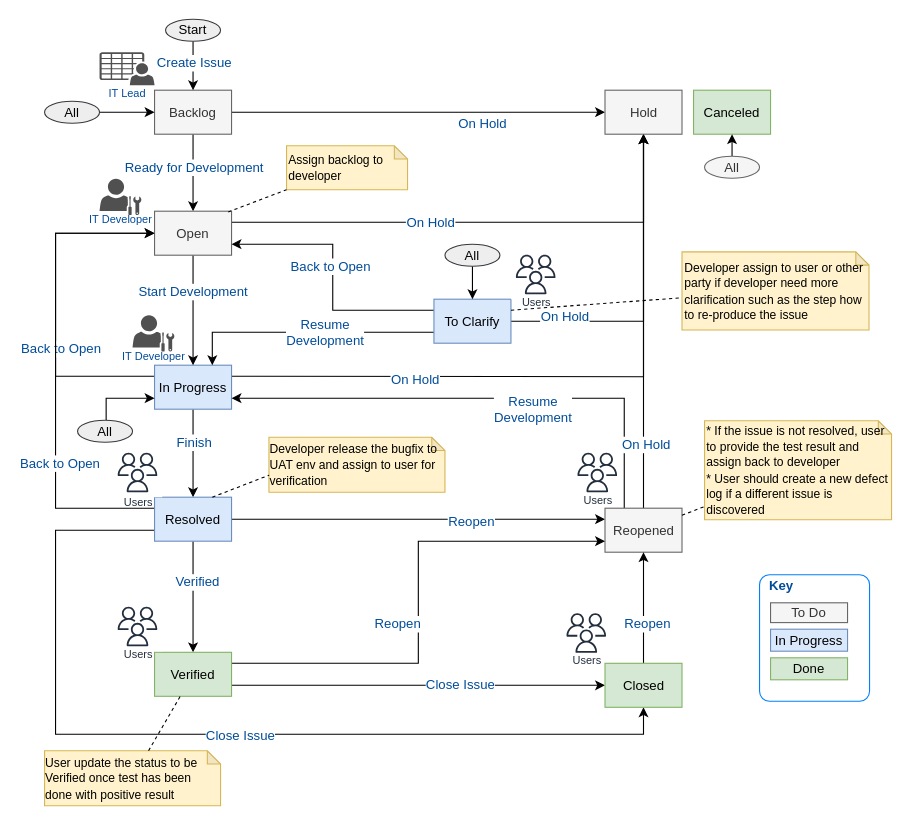
Above: page "Modified JIRA UAT Flow" (9 of 9) of Change Request Process.drawio in whalebig27/change-request-process-diagram (draw.io), before the change. Source tidied: cells renumbered, new cells numbered last; positions are measured from the earlier drawing's top-left corner, leaving out a move shared by most shapes. Both pictures are drawn from the tidied source at 110%, with x=0, y=0 at pixel (44, 19).
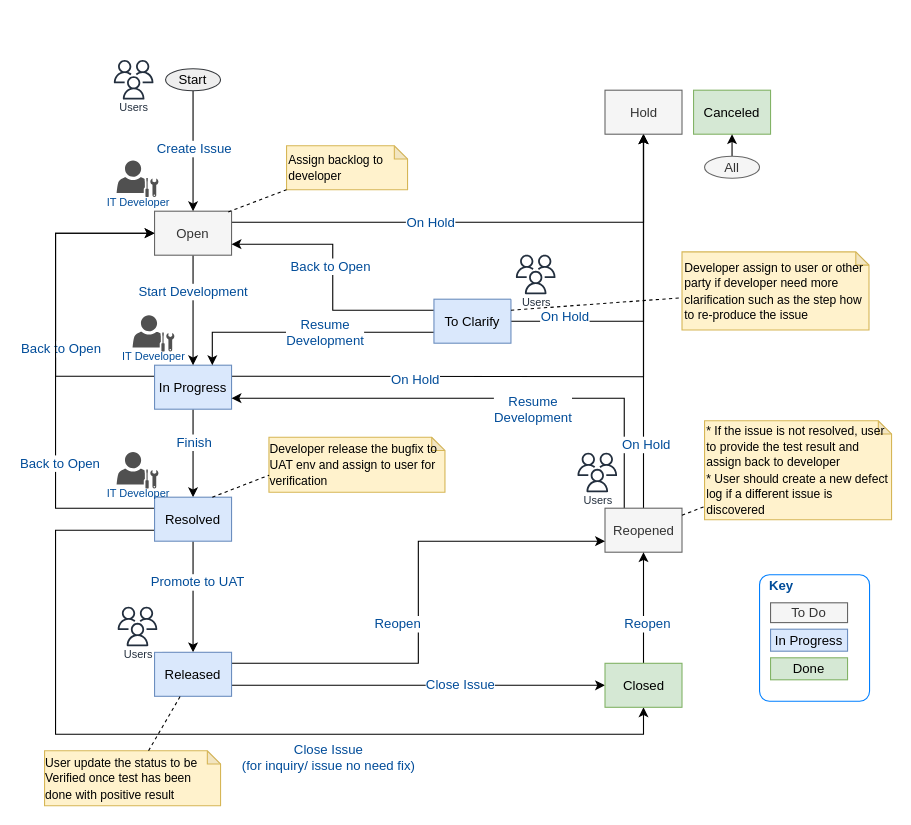
After the change.

Unchanged cells that the change refers to:
```xml
<mxCell id="14" value="In Progress" style="rounded=0;whiteSpace=wrap;html=1;strokeColor=#6c8ebf;fontSize=12;align=center;fillColor=#dae8fc;" parent="1" vertex="1">
  <mxGeometry x="100" y="314.5" width="70" height="40" as="geometry" />
</mxCell>
<mxCell id="19" value="Open" style="rounded=0;whiteSpace=wrap;html=1;strokeColor=#666666;fontSize=12;align=center;fontColor=#333333;fillColor=#f5f5f5;" parent="1" vertex="1">
  <mxGeometry x="100" y="174.5" width="70" height="40" as="geometry" />
</mxCell>
<mxCell id="24" style="edgeStyle=orthogonalEdgeStyle;rounded=0;jettySize=auto;html=1;entryX=0.5;entryY=0;entryDx=0;entryDy=0;fontSize=12;fontColor=#004C99;" parent="1" edge="1" source="28" target="40">
  <mxGeometry relative="1" as="geometry" />
</mxCell>
<mxCell id="26" style="edgeStyle=orthogonalEdgeStyle;rounded=0;jettySize=auto;html=1;exitX=0;exitY=0.75;exitDx=0;exitDy=0;fontSize=12;fontColor=#004C99;entryX=0.5;entryY=1;entryDx=0;entryDy=0;" parent="1" edge="1" source="28" target="43">
  <mxGeometry relative="1" as="geometry">
    <Array as="points">
      <mxPoint x="10" y="465" />
      <mxPoint x="10" y="650" />
      <mxPoint x="545" y="650" />
    </Array>
  </mxGeometry>
</mxCell>
<mxCell id="28" value="Resolved" style="rounded=0;whiteSpace=wrap;html=1;strokeColor=#6c8ebf;fontSize=12;align=center;fillColor=#dae8fc;" parent="1" vertex="1">
  <mxGeometry x="100" y="434.5" width="70" height="40" as="geometry" />
</mxCell>
<mxCell id="33" value="Reopened" style="rounded=0;whiteSpace=wrap;html=1;strokeColor=#666666;fontSize=12;align=center;fontColor=#333333;fillColor=#f5f5f5;" parent="1" vertex="1">
  <mxGeometry x="509.5" y="444.5" width="70" height="40" as="geometry" />
</mxCell>
<mxCell id="34" value="Hold" style="rounded=0;whiteSpace=wrap;html=1;strokeColor=#666666;fontSize=12;align=center;fontColor=#333333;fillColor=#f5f5f5;" parent="1" vertex="1">
  <mxGeometry x="509.5" y="64.5" width="70" height="40" as="geometry" />
</mxCell>
<mxCell id="50" value="To Clarify" style="rounded=0;whiteSpace=wrap;html=1;strokeColor=#6c8ebf;fontSize=12;align=center;fillColor=#dae8fc;" parent="1" vertex="1">
  <mxGeometry x="354" y="254.5" width="70" height="40" as="geometry" />
</mxCell>
```

What changed in the source:
```diff
@@
-    <mxCell id="3" style="edgeStyle=orthogonalEdgeStyle;rounded=0;jettySize=auto;html=1;fontSize=12;fontColor=#004C99;" parent="1" edge="1" source="7" target="19">
-      <mxGeometry relative="1" as="geometry" />
-    </mxCell>
-    <mxCell id="4" value="Ready for Development" style="text;html=1;align=center;verticalAlign=middle;labelBackgroundColor=#ffffff;fontSize=12;fontColor=#004C99;" parent="3" vertex="1">
-      <mxGeometry x="0.23" y="-5" relative="1" as="geometry">
-        <mxPoint x="5" y="-13" as="offset" />
-      </mxGeometry>
-    </mxCell>
-    <mxCell id="5" style="edgeStyle=orthogonalEdgeStyle;rounded=0;jettySize=auto;html=1;entryX=0;entryY=0.5;entryDx=0;entryDy=0;fontSize=12;fontColor=#004C99;" parent="1" edge="1" source="7" target="34">
-      <mxGeometry relative="1" as="geometry" />
-    </mxCell>
-    <mxCell id="6" value="On Hold" style="text;html=1;align=center;verticalAlign=middle;labelBackgroundColor=#ffffff;fontSize=12;fontColor=#004C99;" parent="5" vertex="1">
-      <mxGeometry x="0.77" y="-1" relative="1" as="geometry">
-        <mxPoint x="-73" y="9" as="offset" />
-      </mxGeometry>
-    </mxCell>
-    <mxCell id="7" value="Backlog" style="rounded=0;whiteSpace=wrap;html=1;strokeColor=#666666;fontSize=12;align=center;fontColor=#333333;fillColor=#f5f5f5;" parent="1" vertex="1">
-      <mxGeometry x="100" y="64.5" width="70" height="40" as="geometry" />
-    </mxCell>
@@
-    <mxCell id="22" style="edgeStyle=orthogonalEdgeStyle;rounded=0;jettySize=auto;html=1;entryX=0;entryY=0.25;entryDx=0;entryDy=0;fontSize=12;fontColor=#004C99;" parent="1" edge="1" source="28" target="33">
-      <mxGeometry relative="1" as="geometry" />
-    </mxCell>
-    <mxCell id="23" value="Reopen" style="text;html=1;align=center;verticalAlign=middle;labelBackgroundColor=#ffffff;fontSize=12;fontColor=#004C99;" parent="22" vertex="1">
-      <mxGeometry x="0.28" y="-2" relative="1" as="geometry" />
-    </mxCell>
@@
-    <mxCell id="25" value="Verified" style="text;html=1;align=center;verticalAlign=middle;labelBackgroundColor=#ffffff;fontSize=12;fontColor=#004C99;" parent="24" vertex="1">
+    <mxCell id="25" value="Promote to UAT" style="text;html=1;align=center;verticalAlign=middle;labelBackgroundColor=#ffffff;fontSize=12;fontColor=#004C99;" parent="24" vertex="1">
       <mxGeometry x="-0.27" y="3" relative="1" as="geometry" />
     </mxCell>
@@
-    <mxCell id="27" value="Close Issue" style="text;html=1;align=center;verticalAlign=middle;labelBackgroundColor=#ffffff;fontSize=12;fontColor=#004C99;" parent="26" vertex="1">
+    <mxCell id="27" value="&lt;div&gt;Close Issue&lt;/div&gt;&lt;div&gt;(for inquiry/ issue no need fix)&lt;br&gt;&lt;/div&gt;" style="text;html=1;align=center;verticalAlign=middle;labelBackgroundColor=#ffffff;fontSize=12;fontColor=#004C99;" parent="26" vertex="1">
       <mxGeometry x="0.06" y="-1" relative="1" as="geometry">
-        <mxPoint x="1" as="offset" />
+        <mxPoint x="81" y="19" as="offset" />
       </mxGeometry>
     </mxCell>
@@
-    <mxCell id="40" value="Verified" style="rounded=0;whiteSpace=wrap;html=1;strokeColor=#82b366;fontSize=12;align=center;fillColor=#d5e8d4;" parent="1" vertex="1">
+    <mxCell id="40" value="Released" style="rounded=0;whiteSpace=wrap;html=1;strokeColor=#6c8ebf;fontSize=12;align=center;fillColor=#dae8fc;" parent="1" vertex="1">
       <mxGeometry x="100" y="575.5" width="70" height="40" as="geometry" />
     </mxCell>
@@
-    <mxCell id="51" style="edgeStyle=orthogonalEdgeStyle;rounded=0;jettySize=auto;html=1;entryX=0.5;entryY=0;entryDx=0;entryDy=0;fontSize=12;fontColor=#004C99;" parent="1" edge="1" source="53" target="7">
+    <mxCell id="51" style="edgeStyle=orthogonalEdgeStyle;rounded=0;jettySize=auto;html=1;entryX=0.5;entryY=0;entryDx=0;entryDy=0;fontSize=12;fontColor=#004C99;" parent="1" edge="1" source="53" target="19">
       <mxGeometry relative="1" as="geometry" />
     </mxCell>
@@
     <mxCell id="53" value="Start" style="ellipse;whiteSpace=wrap;html=1;strokeColor=#36393d;fontSize=12;align=center;fillColor=#eeeeee;" parent="1" vertex="1">
-      <mxGeometry x="110" width="50" height="20" as="geometry" />
+      <mxGeometry x="110" y="45" width="50" height="20" as="geometry" />
     </mxCell>
-    <mxCell id="54" style="edgeStyle=orthogonalEdgeStyle;rounded=0;jettySize=auto;html=1;entryX=0.5;entryY=0;entryDx=0;entryDy=0;fontSize=12;fontColor=#004C99;" parent="1" edge="1" source="55" target="50">
-      <mxGeometry relative="1" as="geometry" />
-    </mxCell>
-    <mxCell id="55" value="All" style="ellipse;whiteSpace=wrap;html=1;strokeColor=#36393d;fontSize=12;align=center;fillColor=#eeeeee;" parent="1" vertex="1">
-      <mxGeometry x="364" y="204.5" width="50" height="20" as="geometry" />
-    </mxCell>
@@
-    <mxCell id="58" style="edgeStyle=orthogonalEdgeStyle;rounded=0;jettySize=auto;html=1;entryX=0;entryY=0.75;entryDx=0;entryDy=0;fontSize=12;fontColor=#004C99;" parent="1" edge="1" source="59" target="14">
-      <mxGeometry relative="1" as="geometry">
-        <Array as="points">
-          <mxPoint x="56" y="344.5" />
-        </Array>
-      </mxGeometry>
-    </mxCell>
-    <mxCell id="59" value="All" style="ellipse;whiteSpace=wrap;html=1;strokeColor=#36393d;fontSize=12;align=center;fillColor=#eeeeee;" parent="1" vertex="1">
-      <mxGeometry x="30" y="364.5" width="50" height="20" as="geometry" />
-    </mxCell>
-    <mxCell id="60" style="edgeStyle=orthogonalEdgeStyle;rounded=0;jettySize=auto;html=1;entryX=0;entryY=0.5;entryDx=0;entryDy=0;fontSize=12;fontColor=#004C99;" parent="1" edge="1" source="61" target="7">
-      <mxGeometry relative="1" as="geometry" />
-    </mxCell>
-    <mxCell id="61" value="All" style="ellipse;whiteSpace=wrap;html=1;strokeColor=#36393d;fontSize=12;align=center;fillColor=#eeeeee;" parent="1" vertex="1">
-      <mxGeometry y="74.5" width="50" height="20" as="geometry" />
-    </mxCell>
@@
-    <mxCell id="78" value="Users" style="fontColor=#232F3E;gradientColor=none;strokeColor=#232F3E;fillColor=#ffffff;dashed=0;verticalLabelPosition=bottom;verticalAlign=top;align=center;html=1;fontSize=10;fontStyle=0;shape=mxgraph.aws4.resourceIcon;resIcon=mxgraph.aws4.users;spacingTop=-8;" parent="1" vertex="1">
-      <mxGeometry x="62" y="389.5" width="45" height="45" as="geometry" />
-    </mxCell>
     <mxCell id="79" value="IT Developer" style="shadow=0;dashed=0;html=1;strokeColor=none;fillColor=#505050;labelPosition=center;verticalLabelPosition=bottom;verticalAlign=top;align=center;shape=mxgraph.office.users.administrator;fontSize=10;fontColor=#004C99;spacingTop=-8;" parent="1" vertex="1">
-      <mxGeometry x="50" y="145" width="38" height="33" as="geometry" />
+      <mxGeometry x="65.5" y="128.5" width="38" height="33" as="geometry" />
     </mxCell>
@@
+    <mxCell id="82" value="Users" style="fontColor=#232F3E;gradientColor=none;strokeColor=#232F3E;fillColor=#ffffff;dashed=0;verticalLabelPosition=bottom;verticalAlign=top;align=center;html=1;fontSize=10;fontStyle=0;shape=mxgraph.aws4.resourceIcon;resIcon=mxgraph.aws4.users;spacingTop=-10;" parent="1" vertex="1">
+      <mxGeometry x="424" y="209.5" width="45" height="45" as="geometry" />
+    </mxCell>
+    <mxCell id="84" value="IT Developer" style="shadow=0;dashed=0;html=1;strokeColor=none;fillColor=#505050;labelPosition=center;verticalLabelPosition=bottom;verticalAlign=top;align=center;shape=mxgraph.office.users.administrator;fontSize=10;fontColor=#004C99;spacingTop=-8;" parent="1" vertex="1">
+      <mxGeometry x="65.5" y="393.5" width="38" height="33" as="geometry" />
+    </mxCell>
     <mxCell id="81" value="Users" style="fontColor=#232F3E;gradientColor=none;strokeColor=#232F3E;fillColor=#ffffff;dashed=0;verticalLabelPosition=bottom;verticalAlign=top;align=center;html=1;fontSize=10;fontStyle=0;shape=mxgraph.aws4.resourceIcon;resIcon=mxgraph.aws4.users;spacingTop=-10;" parent="1" vertex="1">
-      <mxGeometry x="470" y="535.5" width="45" height="45" as="geometry" />
+      <mxGeometry x="58.5" y="32.5" width="45" height="45" as="geometry" />
     </mxCell>
-    <mxCell id="82" value="Users" style="fontColor=#232F3E;gradientColor=none;strokeColor=#232F3E;fillColor=#ffffff;dashed=0;verticalLabelPosition=bottom;verticalAlign=top;align=center;html=1;fontSize=10;fontStyle=0;shape=mxgraph.aws4.resourceIcon;resIcon=mxgraph.aws4.users;spacingTop=-10;" parent="1" vertex="1">
-      <mxGeometry x="424" y="209.5" width="45" height="45" as="geometry" />
-    </mxCell>
-    <mxCell id="83" value="IT Lead" style="shadow=0;dashed=0;html=1;strokeColor=none;fillColor=#505050;labelPosition=center;verticalLabelPosition=bottom;verticalAlign=top;align=center;shape=mxgraph.office.users.csv_file;fontSize=10;fontColor=#004C99;spacingTop=-5;" parent="1" vertex="1">
-      <mxGeometry x="50" y="30" width="50" height="30" as="geometry" />
-    </mxCell>
```
